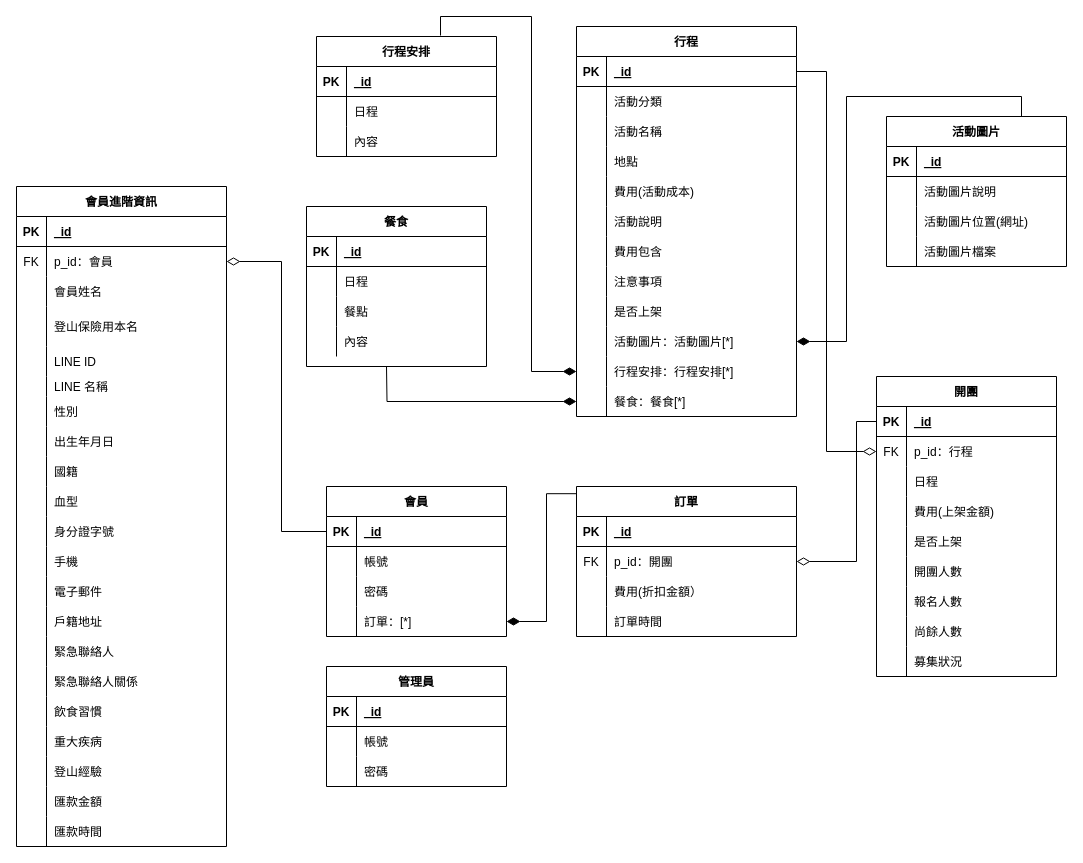
This is Untitled Diagram.drawio from Yizi-Yeh/MT-Databaseplanning, a draw.io file, before an edit. Source tidied: cells renumbered, new cells numbered last; positions are measured from the earlier drawing's top-left corner, leaving out a move shared by most shapes. Both pictures are drawn from the tidied source at 100%, with x=0, y=0 at pixel (16, 26).
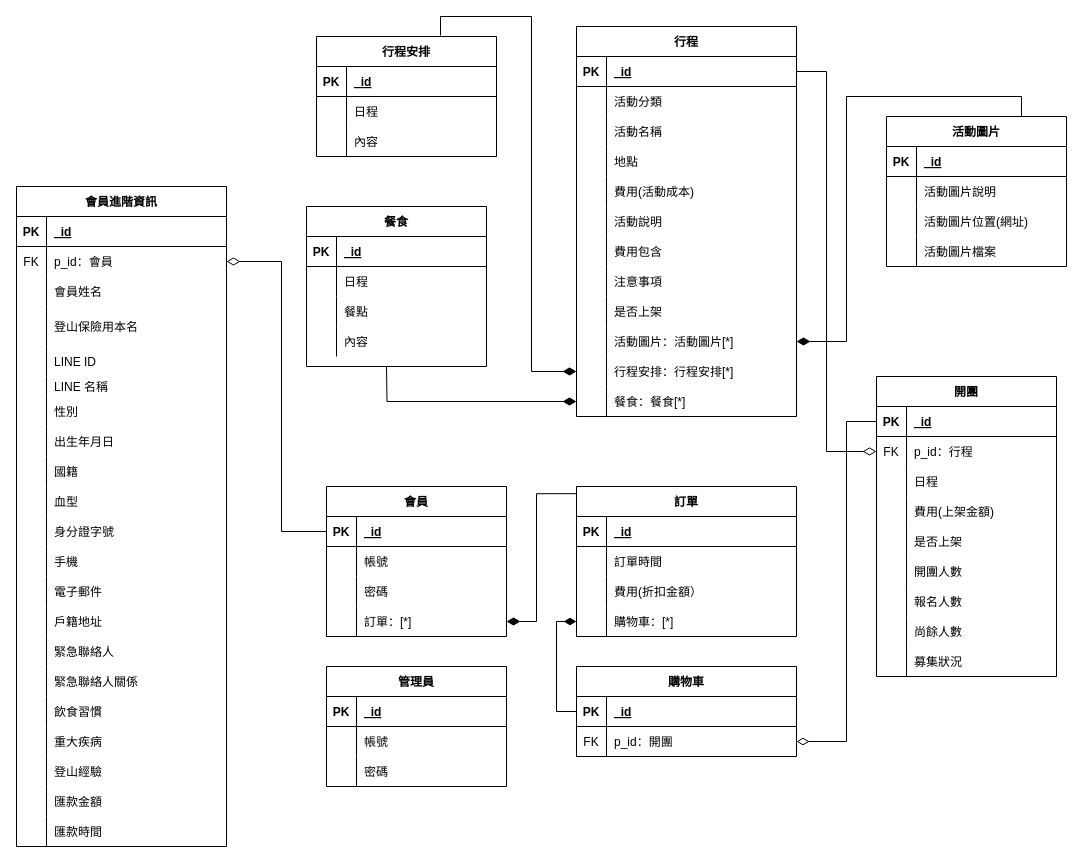
The same page after the edit.

The change refers to these unchanged cells:
```xml
<mxCell id="40" style="shape=partialRectangle;fillColor=none;top=0;left=0;bottom=1;right=0;points=[[0,0.5],[1,0.5]];portConstraint=eastwest;" parent="39" vertex="1">
  <mxGeometry y="30" width="180" height="30" as="geometry" />
</mxCell>
<mxCell id="113" style="shape=partialRectangle;fillColor=none;top=0;left=0;bottom=0;right=0;points=[[0,0.5],[1,0.5]];portConstraint=eastwest;" parent="103" vertex="1">
  <mxGeometry y="120" width="180" height="30" as="geometry" />
</mxCell>
<mxCell id="116" value="訂單" style="shape=table;startSize=30;childLayout=tableLayout;rowLines=0;fontStyle=1;align=center;fillColor=none;" parent="1" vertex="1">
  <mxGeometry x="560" y="460" width="220" height="150" as="geometry" />
</mxCell>
<mxCell id="120" style="shape=partialRectangle;fillColor=none;top=0;left=0;bottom=0;right=0;points=[[0,0.5],[1,0.5]];portConstraint=eastwest;" parent="116" vertex="1">
  <mxGeometry y="60" width="220" height="30" as="geometry" />
</mxCell>
<mxCell id="126" style="shape=partialRectangle;fillColor=none;top=0;left=0;bottom=0;right=0;points=[[0,0.5],[1,0.5]];portConstraint=eastwest;" parent="116" vertex="1">
  <mxGeometry y="120" width="220" height="30" as="geometry" />
</mxCell>
```

What changed in the source:
```diff
@@
-    <mxCell id="121" value="FK" style="shape=partialRectangle;fillColor=none;top=0;left=0;bottom=0;right=0;overflow=hidden;" parent="120" vertex="1">
+    <mxCell id="121" style="shape=partialRectangle;fillColor=none;top=0;left=0;bottom=0;right=0;overflow=hidden;" parent="120" vertex="1">
       <mxGeometry width="30" height="30" as="geometry" />
     </mxCell>
-    <mxCell id="122" value="p_id：開團" style="shape=partialRectangle;fillColor=none;top=0;left=0;bottom=0;right=0;align=left;spacingLeft=6;overflow=hidden;" parent="120" vertex="1">
+    <mxCell id="122" value="訂單時間" style="shape=partialRectangle;fillColor=none;top=0;left=0;bottom=0;right=0;align=left;spacingLeft=6;overflow=hidden;" parent="120" vertex="1">
       <mxGeometry x="30" width="190" height="30" as="geometry" />
     </mxCell>
@@
-    <mxCell id="128" value="訂單時間" style="shape=partialRectangle;fillColor=none;top=0;left=0;bottom=0;right=0;align=left;spacingLeft=6;overflow=hidden;" parent="126" vertex="1">
+    <mxCell id="128" value="購物車：[*]" style="shape=partialRectangle;fillColor=none;top=0;left=0;bottom=0;right=0;align=left;spacingLeft=6;overflow=hidden;" parent="126" vertex="1">
       <mxGeometry x="30" width="190" height="30" as="geometry" />
     </mxCell>
@@
-    <mxCell id="205" style="edgeStyle=orthogonalEdgeStyle;rounded=0;jettySize=auto;html=1;entryX=1;entryY=0.5;entryDx=0;entryDy=0;endArrow=diamondThin;endFill=0;startSize=11;jumpSize=14;strokeWidth=1;endSize=11;exitX=0;exitY=0.5;exitDx=0;exitDy=0;" parent="1" edge="1" source="40" target="120">
-      <mxGeometry relative="1" as="geometry">
-        <Array as="points">
-          <mxPoint x="840" y="395" />
-          <mxPoint x="840" y="535" />
-        </Array>
-      </mxGeometry>
-    </mxCell>
     <mxCell id="206" style="edgeStyle=orthogonalEdgeStyle;rounded=0;jumpSize=14;jettySize=auto;html=1;entryX=0;entryY=0.048;entryDx=0;entryDy=0;entryPerimeter=0;startArrow=diamondThin;startFill=1;startSize=11;sourcePerimeterSpacing=9;endArrow=none;endFill=0;endSize=11;targetPerimeterSpacing=13;strokeWidth=1;exitX=1;exitY=0.5;exitDx=0;exitDy=0;" parent="1" edge="1" source="113" target="116">
-      <mxGeometry relative="1" as="geometry" />
+      <mxGeometry relative="1" as="geometry">
+        <Array as="points">
+          <mxPoint x="520" y="595" />
+          <mxPoint x="520" y="467" />
+        </Array>
+      </mxGeometry>
     </mxCell>
@@
+    <mxCell id="210" value="購物車" style="shape=table;startSize=30;childLayout=tableLayout;rowLines=0;fontStyle=1;align=center;fillColor=none;" parent="1" vertex="1">
+      <mxGeometry x="560" y="640" width="220" height="90" as="geometry" />
+    </mxCell>
+    <mxCell id="211" style="shape=partialRectangle;fillColor=none;top=0;left=0;bottom=1;right=0;points=[[0,0.5],[1,0.5]];portConstraint=eastwest;" parent="210" vertex="1">
+      <mxGeometry y="30" width="220" height="30" as="geometry" />
+    </mxCell>
+    <mxCell id="212" value="PK" style="shape=partialRectangle;fillColor=none;top=0;left=0;bottom=0;right=0;fontStyle=1;overflow=hidden;" parent="211" vertex="1">
+      <mxGeometry width="30" height="30" as="geometry" />
+    </mxCell>
+    <mxCell id="213" value="_id" style="shape=partialRectangle;fillColor=none;top=0;left=0;bottom=0;right=0;align=left;spacingLeft=6;fontStyle=5;overflow=hidden;" parent="211" vertex="1">
+      <mxGeometry x="30" width="190" height="30" as="geometry" />
+    </mxCell>
+    <mxCell id="214" style="shape=partialRectangle;fillColor=none;top=0;left=0;bottom=0;right=0;points=[[0,0.5],[1,0.5]];portConstraint=eastwest;" parent="210" vertex="1">
+      <mxGeometry y="60" width="220" height="30" as="geometry" />
+    </mxCell>
+    <mxCell id="215" value="FK" style="shape=partialRectangle;fillColor=none;top=0;left=0;bottom=0;right=0;overflow=hidden;" parent="214" vertex="1">
+      <mxGeometry width="30" height="30" as="geometry" />
+    </mxCell>
+    <mxCell id="216" value="p_id：開團" style="shape=partialRectangle;fillColor=none;top=0;left=0;bottom=0;right=0;align=left;spacingLeft=6;overflow=hidden;" parent="214" vertex="1">
+      <mxGeometry x="30" width="190" height="30" as="geometry" />
+    </mxCell>
+    <mxCell id="217" style="edgeStyle=orthogonalEdgeStyle;rounded=0;jettySize=auto;html=1;entryX=1;entryY=0.5;entryDx=0;entryDy=0;endArrow=diamondThin;endFill=0;startSize=11;jumpSize=9;endSize=10;" parent="1" edge="1" source="40" target="214">
+      <mxGeometry relative="1" as="geometry">
+        <Array as="points">
+          <mxPoint x="830" y="395" />
+          <mxPoint x="830" y="715" />
+        </Array>
+      </mxGeometry>
+    </mxCell>
+    <mxCell id="218" style="edgeStyle=orthogonalEdgeStyle;rounded=0;jumpSize=9;jettySize=auto;html=1;entryX=0;entryY=0.5;entryDx=0;entryDy=0;startSize=11;endArrow=diamondThin;endFill=1;endSize=10;" parent="1" edge="1" source="211" target="126">
+      <mxGeometry relative="1" as="geometry" />
+    </mxCell>
```
